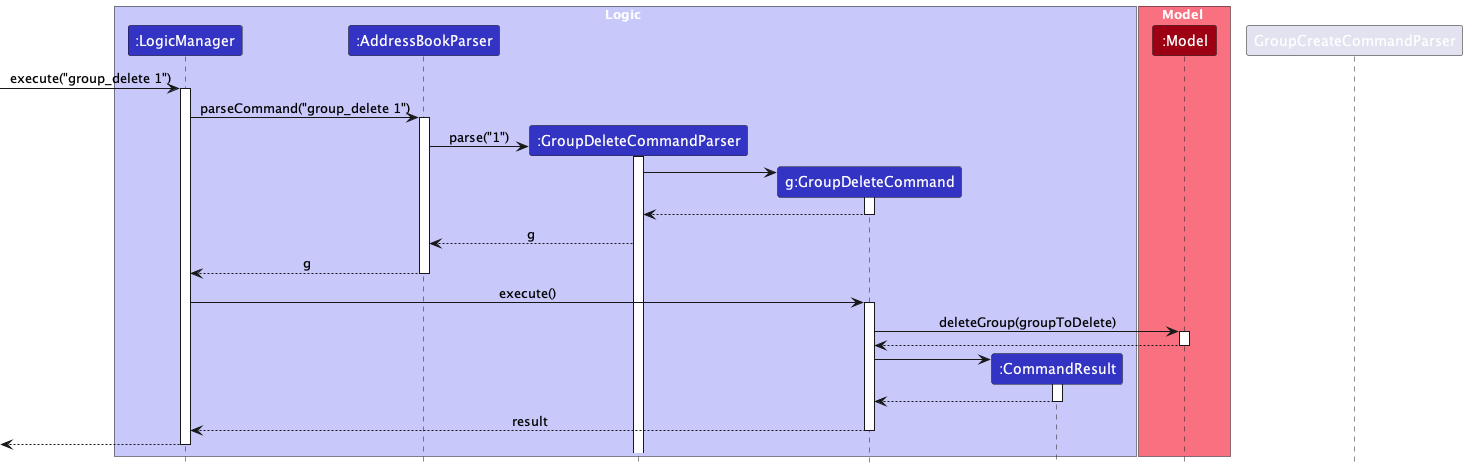
Above: docs/images/GroupDeleteCommandSequenceDiagram.png in nus-cs2103-AY2223S2/tp (PlantUML), before the change. The source it was exported from:
```plantuml
@startuml
!include style.puml

box Logic LOGIC_COLOR_T1
participant ":LogicManager" as LogicManager LOGIC_COLOR
participant ":AddressBookParser" as AddressBookParser LOGIC_COLOR
participant ":GroupDeleteCommandParser" as GroupDeleteCommandParser LOGIC_COLOR
participant "g:GroupDeleteCommand" as GroupDeleteCommand LOGIC_COLOR
participant ":CommandResult" as CommandResult LOGIC_COLOR
end box

box Model MODEL_COLOR_T1
participant ":Model" as Model MODEL_COLOR
end box

[-> LogicManager : execute("group_delete 1")
activate LogicManager

LogicManager -> AddressBookParser : parseCommand("group_delete 1")
activate AddressBookParser

create GroupDeleteCommandParser
AddressBookParser -> GroupDeleteCommandParser : parse("1")
activate GroupDeleteCommandParser

create GroupDeleteCommand
GroupDeleteCommandParser -> GroupDeleteCommand
activate GroupDeleteCommand

GroupDeleteCommand --> GroupDeleteCommandParser
deactivate GroupDeleteCommand

GroupDeleteCommandParser --> AddressBookParser : g
deactivate GroupCreateCommandParser

AddressBookParser --> LogicManager : g
deactivate AddressBookParser

LogicManager -> GroupDeleteCommand : execute()
activate GroupDeleteCommand

GroupDeleteCommand -> Model : deleteGroup(groupToDelete)
activate Model

Model --> GroupDeleteCommand
deactivate Model

create CommandResult
GroupDeleteCommand -> CommandResult
activate CommandResult

CommandResult --> GroupDeleteCommand
deactivate CommandResult

GroupDeleteCommand --> LogicManager : result
deactivate GroupDeleteCommand

[<--LogicManager
deactivate LogicManager
@enduml
```
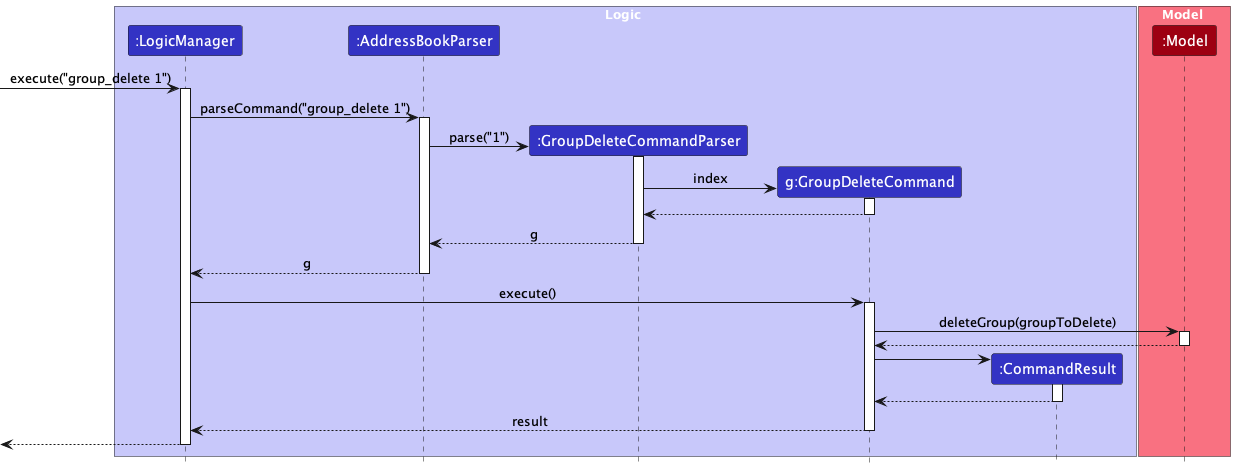
After the commit.

What changed in the source:
```diff
@@ -24,14 +24,14 @@
 activate GroupDeleteCommandParser
 
 create GroupDeleteCommand
-GroupDeleteCommandParser -> GroupDeleteCommand
+GroupDeleteCommandParser -> GroupDeleteCommand : index
 activate GroupDeleteCommand
 
 GroupDeleteCommand --> GroupDeleteCommandParser
 deactivate GroupDeleteCommand
 
 GroupDeleteCommandParser --> AddressBookParser : g
-deactivate GroupCreateCommandParser
+deactivate GroupDeleteCommandParser
 
 AddressBookParser --> LogicManager : g
 deactivate AddressBookParser
```
